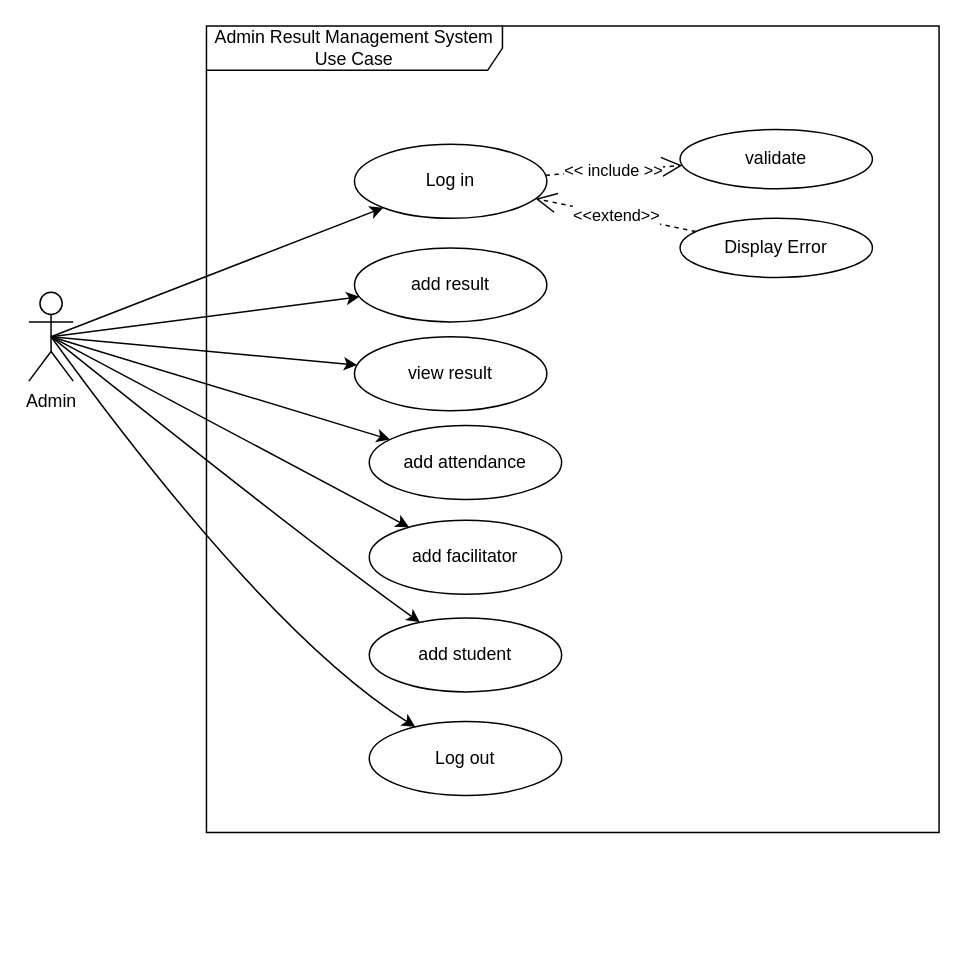
Earlier version of the draw.io diagram EssentialsDiagram/rmsUseCaseAdmin.drawio (manojtsx/ResultManagementSystem-JAVA). Source tidied: cells renumbered, new cells numbered last; positions are measured from the earlier drawing's top-left corner, leaving out a move shared by most shapes. Both pictures are drawn from the tidied source at 148%, with x=0, y=0 at pixel (28, 25).
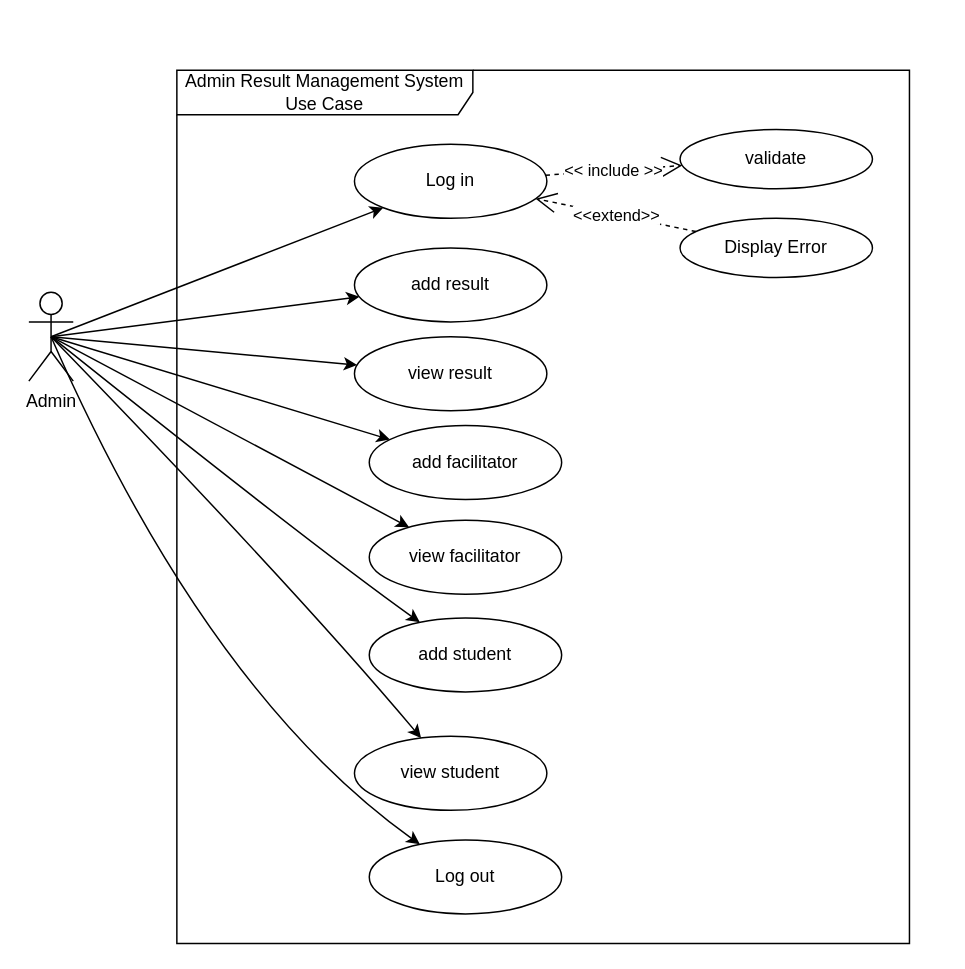
The same page after the edit.

The change refers to these unchanged cells:
```xml
<mxCell id="2" value="Admin" style="shape=umlActor;verticalLabelPosition=bottom;verticalAlign=top;html=1;" parent="1" vertex="1">
  <mxGeometry y="180" width="30" height="60" as="geometry" />
</mxCell>
```

The edit, as a diff of the source:
```diff
@@
-    <mxCell id="6" value="add attendance" style="ellipse;whiteSpace=wrap;html=1;" parent="1" vertex="1">
+    <mxCell id="6" value="add facilitator" style="ellipse;whiteSpace=wrap;html=1;" parent="1" vertex="1">
       <mxGeometry x="230" y="270" width="130" height="50" as="geometry" />
     </mxCell>
-    <mxCell id="7" value="add facilitator" style="ellipse;whiteSpace=wrap;html=1;" parent="1" vertex="1">
+    <mxCell id="7" value="view facilitator" style="ellipse;whiteSpace=wrap;html=1;" parent="1" vertex="1">
       <mxGeometry x="230" y="334" width="130" height="50" as="geometry" />
     </mxCell>
@@
     <mxCell id="9" value="Log out" style="ellipse;whiteSpace=wrap;html=1;" parent="1" vertex="1">
-      <mxGeometry x="230" y="470" width="130" height="50" as="geometry" />
+      <mxGeometry x="230" y="550" width="130" height="50" as="geometry" />
     </mxCell>
@@
-    <mxCell id="17" style="html=1;exitX=0.5;exitY=0.5;exitPerimeter=0;jettySize=auto;curved=1;fontColor=#000000;exitDx=0;exitDy=0;strokeColor=#000000;" parent="1" edge="1" source="2" target="9">
+    <mxCell id="17" style="html=1;exitX=0.5;exitY=0.5;exitPerimeter=0;jettySize=auto;fontColor=#000000;exitDx=0;exitDy=0;strokeColor=#000000;curved=1;" parent="1" edge="1" source="2" target="9">
       <mxGeometry relative="1" as="geometry">
         <Array as="points">
-          <mxPoint x="160" y="410" />
+          <mxPoint x="120" y="450" />
         </Array>
       </mxGeometry>
     </mxCell>
@@
     <mxCell id="19" value="Admin Result Management System Use Case" style="shape=umlFrame;whiteSpace=wrap;html=1;strokeWidth=1;fillColor=none;width=200;height=30;fontColor=#000000;strokeColor=#000000;" parent="1" vertex="1">
-      <mxGeometry x="120" width="495" height="545" as="geometry" />
+      <mxGeometry x="100" y="30" width="495" height="590" as="geometry" />
     </mxCell>
@@
+    <mxCell id="22" value="view student" style="ellipse;whiteSpace=wrap;html=1;" parent="1" vertex="1">
+      <mxGeometry x="220" y="480" width="130" height="50" as="geometry" />
+    </mxCell>
+    <mxCell id="23" style="html=1;exitX=0.5;exitY=0.5;exitPerimeter=0;jettySize=auto;fontColor=#000000;exitDx=0;exitDy=0;strokeColor=#000000;curved=1;" parent="1" edge="1" source="2" target="22">
+      <mxGeometry relative="1" as="geometry">
+        <Array as="points">
+          <mxPoint x="180" y="380" />
+        </Array>
+      </mxGeometry>
+    </mxCell>
```
